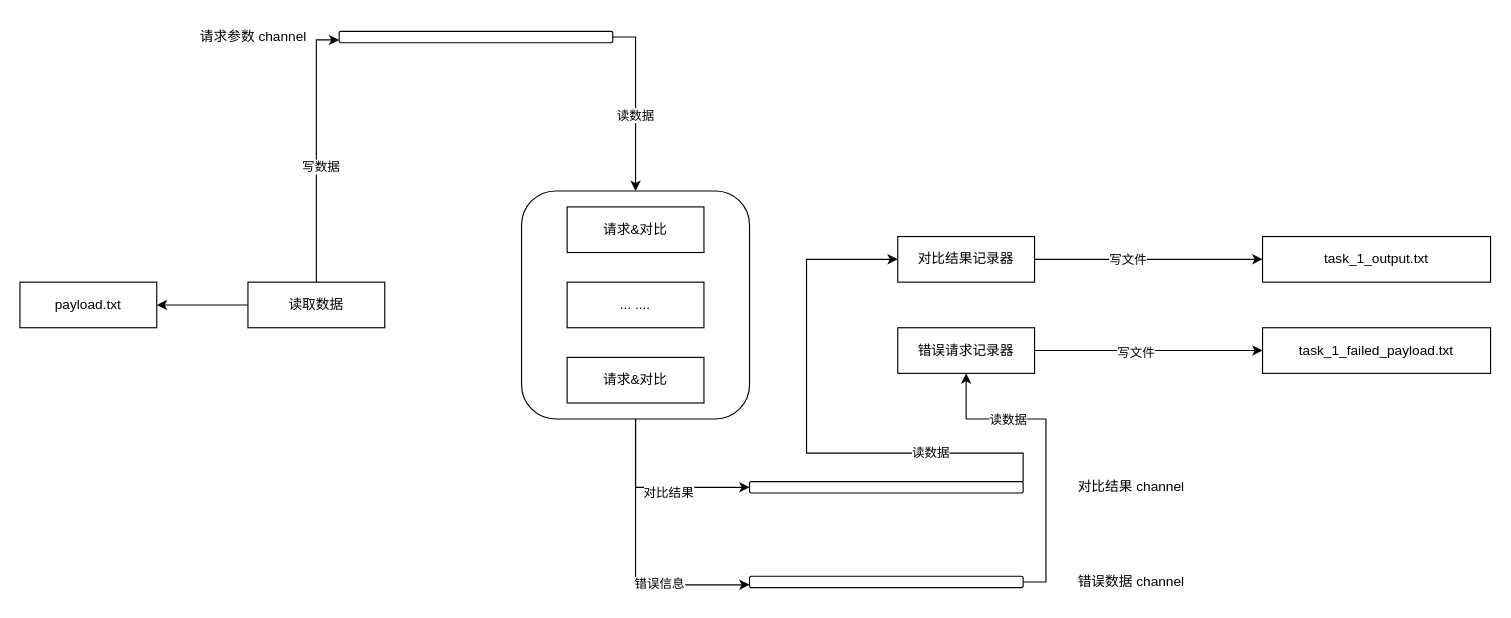
This is tools/http-diff.drawio from LanSeTianYe/draw, a draw.io file, before an edit. Source tidied: cells renumbered, new cells numbered last; positions are measured from the earlier drawing's top-left corner, leaving out a move shared by most shapes. Both pictures are drawn from the tidied source at 114%, with x=0, y=0 at pixel (19, 19).
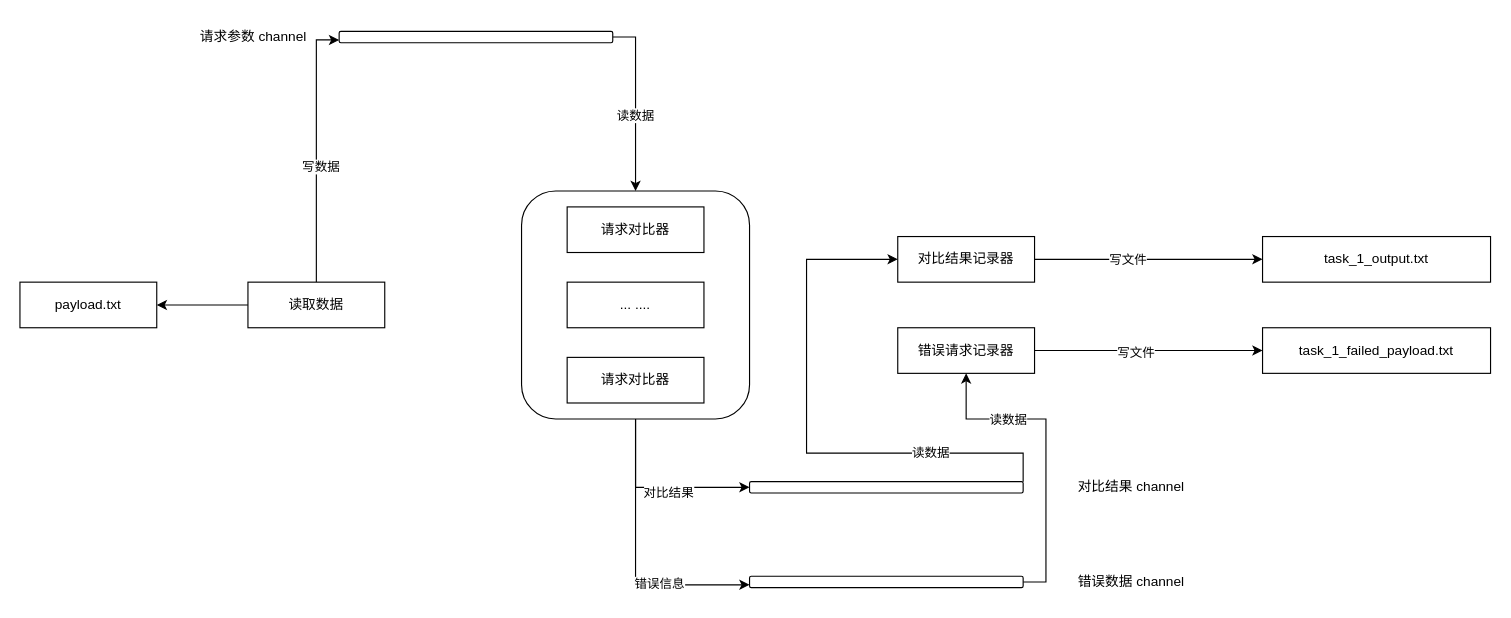
The same page after the edit.

What changed in the source:
```diff
@@
-    <mxCell id="8" value="请求&amp;amp;对比" style="rounded=0;whiteSpace=wrap;html=1;" parent="1" vertex="1">
+    <mxCell id="8" value="请求对比器" style="rounded=0;whiteSpace=wrap;html=1;" parent="1" vertex="1">
       <mxGeometry x="480" y="164" width="120" height="40" as="geometry" />
     </mxCell>
@@
-    <mxCell id="11" value="请求&amp;amp;对比" style="rounded=0;whiteSpace=wrap;html=1;" parent="1" vertex="1">
+    <mxCell id="11" value="请求对比器" style="rounded=0;whiteSpace=wrap;html=1;" parent="1" vertex="1">
       <mxGeometry x="480" y="296" width="120" height="40" as="geometry" />
     </mxCell>
```
